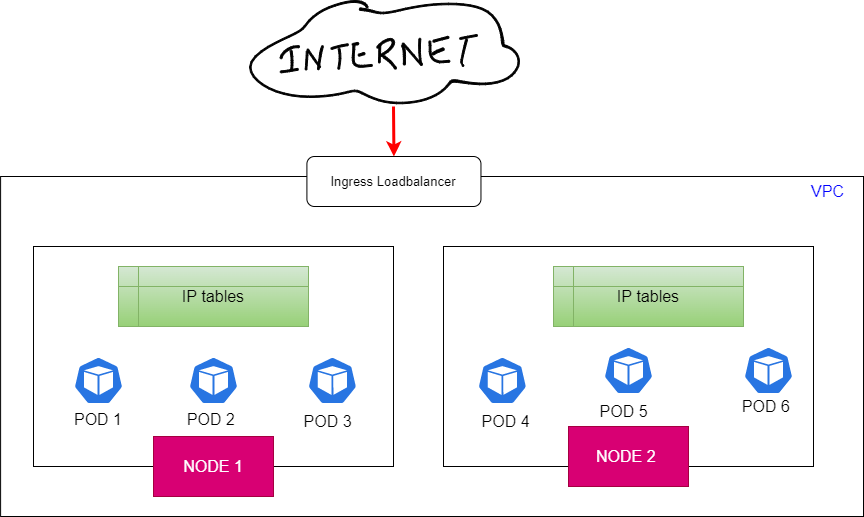
Before: Page_images/Ingress_network.png, a diagram exported from draw.io (dikshita-git/RP_Study-on-Ingress-and-its-security-IPv4-IPv6-). Source tidied: cells renumbered, new cells last; positions are measured from the earlier drawing's top-left corner, leaving out a move shared by most shapes.
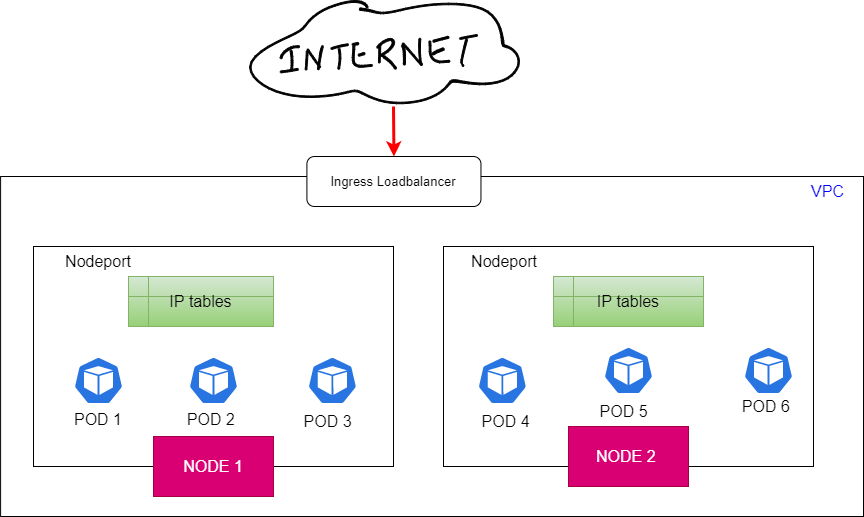
Above is the later version.

The edit, as a diff of the source:
```diff
@@ -131,10 +131,16 @@
       <mxGeometry x="738" y="406" width="60" height="20" as="geometry" />
     </mxCell>
     <mxCell id="44" value="IP tables" style="shape=internalStorage;whiteSpace=wrap;html=1;backgroundOutline=1;fontSize=16;fillColor=#d5e8d4;strokeColor=#82b366;gradientColor=#97d077;" parent="1" vertex="1">
-      <mxGeometry x="118" y="266" width="190" height="60" as="geometry" />
+      <mxGeometry x="128" y="276" width="145" height="50" as="geometry" />
     </mxCell>
     <mxCell id="45" value="IP tables" style="shape=internalStorage;whiteSpace=wrap;html=1;backgroundOutline=1;fontSize=16;fillColor=#d5e8d4;strokeColor=#82b366;gradientColor=#97d077;" parent="1" vertex="1">
-      <mxGeometry x="553" y="266" width="190" height="60" as="geometry" />
+      <mxGeometry x="553" y="276" width="150" height="50" as="geometry" />
     </mxCell>
+    <mxCell id="46" value="Nodeport" style="text;html=1;strokeColor=none;fillColor=none;align=center;verticalAlign=middle;whiteSpace=wrap;rounded=0;fontSize=16;fontColor=#000000;" parent="1" vertex="1">
+      <mxGeometry x="43" y="246" width="110" height="30" as="geometry" />
+    </mxCell>
+    <mxCell id="47" value="Nodeport" style="text;html=1;strokeColor=none;fillColor=none;align=center;verticalAlign=middle;whiteSpace=wrap;rounded=0;fontSize=16;fontColor=#000000;" parent="1" vertex="1">
+      <mxGeometry x="449.3" y="246" width="110" height="30" as="geometry" />
+    </mxCell>
   </root>
 </mxGraphModel>
```
